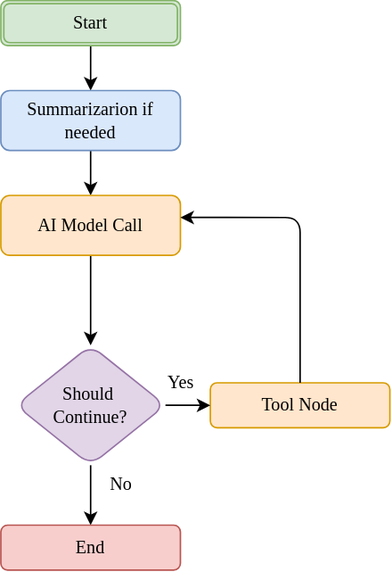
NikhilSuthar/airflow-copilot keeps this draw.io diagram as docs/assets/Airflow-Workflow.svg. Above is the earlier version. Source tidied: cells renumbered, new cells last; positions are measured from the earlier drawing's top-left corner, leaving out a move shared by most shapes. Its diagram source:
```xml
<mxGraphModel>
  <root>
    <mxCell id="0" />
    <mxCell id="1" parent="0" />
    <mxCell id="2" style="edgeStyle=orthogonalEdgeStyle;rounded=1;jettySize=auto;html=1;fontFamily=Montserrat;" parent="1" edge="1" source="3" target="5">
      <mxGeometry relative="1" as="geometry" />
    </mxCell>
    <mxCell id="3" value="Start" style="shape=ext;double=1;rounded=1;whiteSpace=wrap;html=1;fontFamily=Montserrat;fillColor=#d5e8d4;strokeColor=#82b366;" parent="1" vertex="1">
      <mxGeometry width="120" height="30" as="geometry" />
    </mxCell>
    <mxCell id="4" style="edgeStyle=orthogonalEdgeStyle;rounded=1;jettySize=auto;html=1;fontFamily=Montserrat;" parent="1" edge="1" source="5" target="7">
      <mxGeometry relative="1" as="geometry" />
    </mxCell>
    <mxCell id="5" value="Summarizarion if needed" style="whiteSpace=wrap;html=1;rounded=1;fontFamily=Montserrat;fillColor=#dae8fc;strokeColor=#6c8ebf;" parent="1" vertex="1">
      <mxGeometry y="60" width="120" height="40" as="geometry" />
    </mxCell>
    <mxCell id="6" style="edgeStyle=orthogonalEdgeStyle;rounded=1;jettySize=auto;html=1;fontFamily=Montserrat;" parent="1" edge="1" source="7" target="11">
      <mxGeometry relative="1" as="geometry" />
    </mxCell>
    <mxCell id="7" value="AI Model Call" style="whiteSpace=wrap;html=1;rounded=1;fontFamily=Montserrat;fillColor=#ffe6cc;strokeColor=#d79b00;" parent="1" vertex="1">
      <mxGeometry y="130" width="120" height="40" as="geometry" />
    </mxCell>
    <mxCell id="8" value="Tool Node" style="whiteSpace=wrap;html=1;rounded=1;fontFamily=Montserrat;fillColor=#ffe6cc;strokeColor=#d79b00;" parent="1" vertex="1">
      <mxGeometry x="140" y="255" width="120" height="30" as="geometry" />
    </mxCell>
    <mxCell id="9" style="edgeStyle=orthogonalEdgeStyle;rounded=1;jettySize=auto;html=1;fontFamily=Montserrat;" parent="1" edge="1" source="11" target="8">
      <mxGeometry relative="1" as="geometry" />
    </mxCell>
    <mxCell id="10" style="edgeStyle=orthogonalEdgeStyle;rounded=1;jettySize=auto;html=1;fontFamily=Montserrat;" parent="1" edge="1" source="11" target="13">
      <mxGeometry relative="1" as="geometry" />
    </mxCell>
    <mxCell id="11" value="Should&amp;nbsp;&lt;div&gt;Continue?&lt;/div&gt;" style="rhombus;whiteSpace=wrap;html=1;rounded=1;fontFamily=Montserrat;fillColor=#e1d5e7;strokeColor=#9673a6;" parent="1" vertex="1">
      <mxGeometry x="10" y="230" width="100" height="80" as="geometry" />
    </mxCell>
    <mxCell id="12" style="edgeStyle=orthogonalEdgeStyle;rounded=1;jettySize=auto;html=1;entryX=1;entryY=0.367;entryDx=0;entryDy=0;entryPerimeter=0;fontFamily=Montserrat;exitX=0.5;exitY=0;exitDx=0;exitDy=0;" parent="1" edge="1" source="8" target="7">
      <mxGeometry relative="1" as="geometry">
        <Array as="points">
          <mxPoint x="200" y="145" />
        </Array>
      </mxGeometry>
    </mxCell>
    <mxCell id="13" value="End" style="whiteSpace=wrap;html=1;rounded=1;fontFamily=Montserrat;fillColor=#f8cecc;strokeColor=#b85450;" parent="1" vertex="1">
      <mxGeometry y="350" width="120" height="30" as="geometry" />
    </mxCell>
    <mxCell id="14" value="Yes" style="text;html=1;align=center;verticalAlign=middle;strokeColor=none;fillColor=none;fontFamily=Montserrat;" parent="1" vertex="1">
      <mxGeometry x="100" y="240" width="40" height="30" as="geometry" />
    </mxCell>
    <mxCell id="15" value="No" style="text;html=1;align=center;verticalAlign=middle;strokeColor=none;fillColor=none;fontFamily=Montserrat;" parent="1" vertex="1">
      <mxGeometry x="60" y="308" width="40" height="30" as="geometry" />
    </mxCell>
  </root>
</mxGraphModel>
```
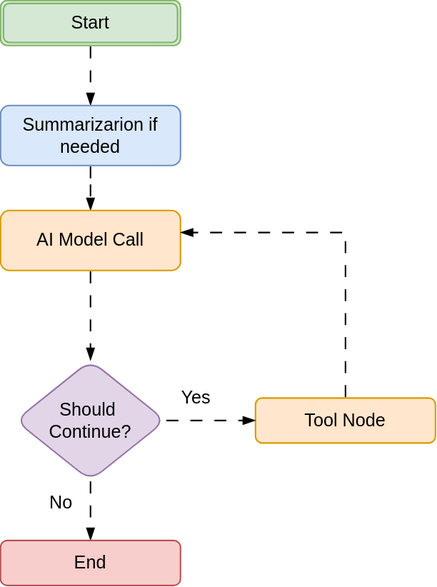
After the commit.

The edit, as a diff of the source:
```diff
@@ -2,51 +2,51 @@
   <root>
     <mxCell id="0" />
     <mxCell id="1" parent="0" />
-    <mxCell id="2" style="edgeStyle=orthogonalEdgeStyle;rounded=1;jettySize=auto;html=1;fontFamily=Montserrat;" parent="1" edge="1" source="3" target="5">
+    <mxCell id="2" style="edgeStyle=orthogonalEdgeStyle;rounded=0;jettySize=auto;html=1;fontFamily=Helvetica;hachureGap=4;strokeColor=light-dark(#000000,#FFFFFF);align=center;verticalAlign=middle;fontSize=11;fontColor=default;labelBackgroundColor=default;endArrow=blockThin;endFill=1;flowAnimation=1;" parent="1" edge="1" source="3" target="5">
       <mxGeometry relative="1" as="geometry" />
     </mxCell>
-    <mxCell id="3" value="Start" style="shape=ext;double=1;rounded=1;whiteSpace=wrap;html=1;fontFamily=Montserrat;fillColor=#d5e8d4;strokeColor=#82b366;" parent="1" vertex="1">
-      <mxGeometry width="120" height="30" as="geometry" />
+    <mxCell id="3" value="Start" style="shape=ext;double=1;rounded=1;whiteSpace=wrap;html=1;fontFamily=Helvetica;fillColor=#d5e8d4;strokeColor=#82b366;" parent="1" vertex="1">
+      <mxGeometry y="-10" width="120" height="30" as="geometry" />
     </mxCell>
-    <mxCell id="4" style="edgeStyle=orthogonalEdgeStyle;rounded=1;jettySize=auto;html=1;fontFamily=Montserrat;" parent="1" edge="1" source="5" target="7">
+    <mxCell id="4" style="edgeStyle=orthogonalEdgeStyle;rounded=0;jettySize=auto;html=1;fontFamily=Helvetica;hachureGap=4;strokeColor=light-dark(#000000,#FFFFFF);align=center;verticalAlign=middle;fontSize=11;fontColor=default;labelBackgroundColor=default;endArrow=blockThin;endFill=1;flowAnimation=1;" parent="1" edge="1" source="5" target="7">
       <mxGeometry relative="1" as="geometry" />
     </mxCell>
-    <mxCell id="5" value="Summarizarion if needed" style="whiteSpace=wrap;html=1;rounded=1;fontFamily=Montserrat;fillColor=#dae8fc;strokeColor=#6c8ebf;" parent="1" vertex="1">
+    <mxCell id="5" value="Summarizarion if needed" style="whiteSpace=wrap;html=1;rounded=1;fontFamily=Helvetica;fillColor=#dae8fc;strokeColor=#6c8ebf;" parent="1" vertex="1">
       <mxGeometry y="60" width="120" height="40" as="geometry" />
     </mxCell>
-    <mxCell id="6" style="edgeStyle=orthogonalEdgeStyle;rounded=1;jettySize=auto;html=1;fontFamily=Montserrat;" parent="1" edge="1" source="7" target="11">
+    <mxCell id="6" style="edgeStyle=orthogonalEdgeStyle;rounded=0;jettySize=auto;html=1;fontFamily=Helvetica;hachureGap=4;strokeColor=light-dark(#000000,#FFFFFF);align=center;verticalAlign=middle;fontSize=11;fontColor=default;labelBackgroundColor=default;endArrow=blockThin;endFill=1;flowAnimation=1;" parent="1" edge="1" source="7" target="11">
       <mxGeometry relative="1" as="geometry" />
     </mxCell>
-    <mxCell id="7" value="AI Model Call" style="whiteSpace=wrap;html=1;rounded=1;fontFamily=Montserrat;fillColor=#ffe6cc;strokeColor=#d79b00;" parent="1" vertex="1">
+    <mxCell id="7" value="AI Model Call" style="whiteSpace=wrap;html=1;rounded=1;fontFamily=Helvetica;fillColor=#ffe6cc;strokeColor=#d79b00;" parent="1" vertex="1">
       <mxGeometry y="130" width="120" height="40" as="geometry" />
     </mxCell>
-    <mxCell id="8" value="Tool Node" style="whiteSpace=wrap;html=1;rounded=1;fontFamily=Montserrat;fillColor=#ffe6cc;strokeColor=#d79b00;" parent="1" vertex="1">
-      <mxGeometry x="140" y="255" width="120" height="30" as="geometry" />
+    <mxCell id="8" value="Tool Node" style="whiteSpace=wrap;html=1;rounded=1;fontFamily=Helvetica;fillColor=#ffe6cc;strokeColor=#d79b00;" parent="1" vertex="1">
+      <mxGeometry x="170" y="255" width="120" height="30" as="geometry" />
     </mxCell>
-    <mxCell id="9" style="edgeStyle=orthogonalEdgeStyle;rounded=1;jettySize=auto;html=1;fontFamily=Montserrat;" parent="1" edge="1" source="11" target="8">
+    <mxCell id="9" style="edgeStyle=orthogonalEdgeStyle;rounded=1;jettySize=auto;html=1;fontFamily=Helvetica;flowAnimation=1;endArrow=blockThin;endFill=1;strokeColor=light-dark(#000000,#FFFFFF);" parent="1" edge="1" source="11" target="8">
       <mxGeometry relative="1" as="geometry" />
     </mxCell>
-    <mxCell id="10" style="edgeStyle=orthogonalEdgeStyle;rounded=1;jettySize=auto;html=1;fontFamily=Montserrat;" parent="1" edge="1" source="11" target="13">
+    <mxCell id="10" style="edgeStyle=orthogonalEdgeStyle;rounded=1;jettySize=auto;html=1;fontFamily=Helvetica;endArrow=blockThin;endFill=1;flowAnimation=1;strokeColor=light-dark(#000000,#FFFFFF);" parent="1" edge="1" source="11" target="13">
       <mxGeometry relative="1" as="geometry" />
     </mxCell>
-    <mxCell id="11" value="Should&amp;nbsp;&lt;div&gt;Continue?&lt;/div&gt;" style="rhombus;whiteSpace=wrap;html=1;rounded=1;fontFamily=Montserrat;fillColor=#e1d5e7;strokeColor=#9673a6;" parent="1" vertex="1">
+    <mxCell id="11" value="Should&amp;nbsp;&lt;div&gt;Continue?&lt;/div&gt;" style="rhombus;whiteSpace=wrap;html=1;rounded=1;fontFamily=Helvetica;fillColor=#e1d5e7;strokeColor=#9673a6;" parent="1" vertex="1">
       <mxGeometry x="10" y="230" width="100" height="80" as="geometry" />
     </mxCell>
-    <mxCell id="12" style="edgeStyle=orthogonalEdgeStyle;rounded=1;jettySize=auto;html=1;entryX=1;entryY=0.367;entryDx=0;entryDy=0;entryPerimeter=0;fontFamily=Montserrat;exitX=0.5;exitY=0;exitDx=0;exitDy=0;" parent="1" edge="1" source="8" target="7">
+    <mxCell id="12" style="edgeStyle=orthogonalEdgeStyle;rounded=0;jettySize=auto;html=1;entryX=1;entryY=0.367;entryDx=0;entryDy=0;entryPerimeter=0;fontFamily=Helvetica;exitX=0.5;exitY=0;exitDx=0;exitDy=0;hachureGap=4;strokeColor=light-dark(#000000,#FFFFFF);align=center;verticalAlign=middle;fontSize=11;fontColor=default;labelBackgroundColor=default;endArrow=blockThin;endFill=1;flowAnimation=1;" parent="1" edge="1" source="8" target="7">
       <mxGeometry relative="1" as="geometry">
         <Array as="points">
-          <mxPoint x="200" y="145" />
+          <mxPoint x="230" y="145" />
         </Array>
       </mxGeometry>
     </mxCell>
-    <mxCell id="13" value="End" style="whiteSpace=wrap;html=1;rounded=1;fontFamily=Montserrat;fillColor=#f8cecc;strokeColor=#b85450;" parent="1" vertex="1">
+    <mxCell id="13" value="End" style="whiteSpace=wrap;html=1;rounded=1;fontFamily=Helvetica;fillColor=#f8cecc;strokeColor=#b85450;" parent="1" vertex="1">
       <mxGeometry y="350" width="120" height="30" as="geometry" />
     </mxCell>
-    <mxCell id="14" value="Yes" style="text;html=1;align=center;verticalAlign=middle;strokeColor=none;fillColor=none;fontFamily=Montserrat;" parent="1" vertex="1">
-      <mxGeometry x="100" y="240" width="40" height="30" as="geometry" />
+    <mxCell id="14" value="Yes" style="text;html=1;align=center;verticalAlign=middle;strokeColor=none;fillColor=none;fontFamily=Helvetica;" parent="1" vertex="1">
+      <mxGeometry x="110" y="240" width="40" height="30" as="geometry" />
     </mxCell>
-    <mxCell id="15" value="No" style="text;html=1;align=center;verticalAlign=middle;strokeColor=none;fillColor=none;fontFamily=Montserrat;" parent="1" vertex="1">
-      <mxGeometry x="60" y="308" width="40" height="30" as="geometry" />
+    <mxCell id="15" value="No" style="text;html=1;align=center;verticalAlign=middle;strokeColor=none;fillColor=none;fontFamily=Helvetica;" parent="1" vertex="1">
+      <mxGeometry x="20" y="310" width="40" height="30" as="geometry" />
     </mxCell>
   </root>
 </mxGraphModel>
```
